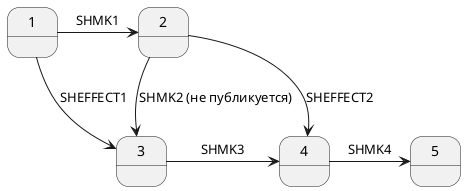
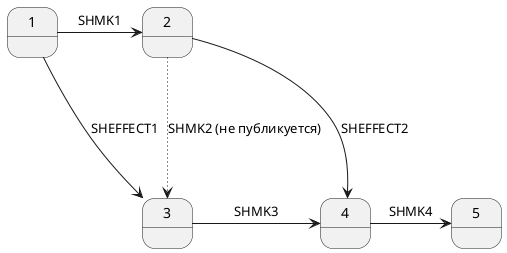
@startuml
state 1 {
}
state 2 {
}
state 3 {
}
state 4 {
}
state 5 {
}

- 1 -right-> 2: SHMK1
- 2 -down-> 3: SHMK2 (не публикуется)
- 3 -right-> 4: SHMK3
- 4 -right-> 5: SHMK4
+ 1 --down-> 3: SHEFFECT1
+ 1 --right-> 2: SHMK1
+ 2 -[dotted]-> 3: SHMK2 (не публикуется)
+ 3 --right-> 4: SHMK3
+ 4 --right-> 5: SHMK4

- 1 --> 3: SHEFFECT1
- 2 --> 4: SHEFFECT2
+ 2 --down-> 4: SHEFFECT2

@enduml
